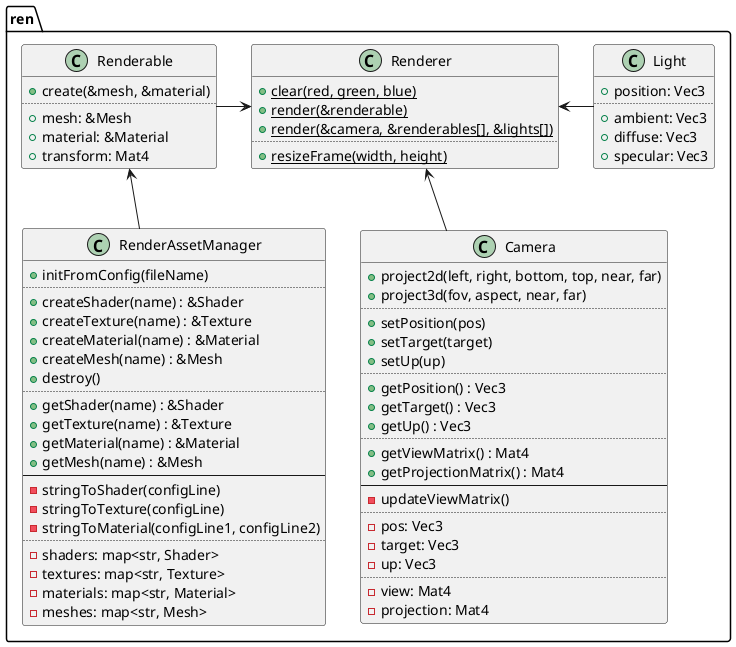
Earlier version of the PlantUML export design/renderer.png (ba6er/marblemaze).
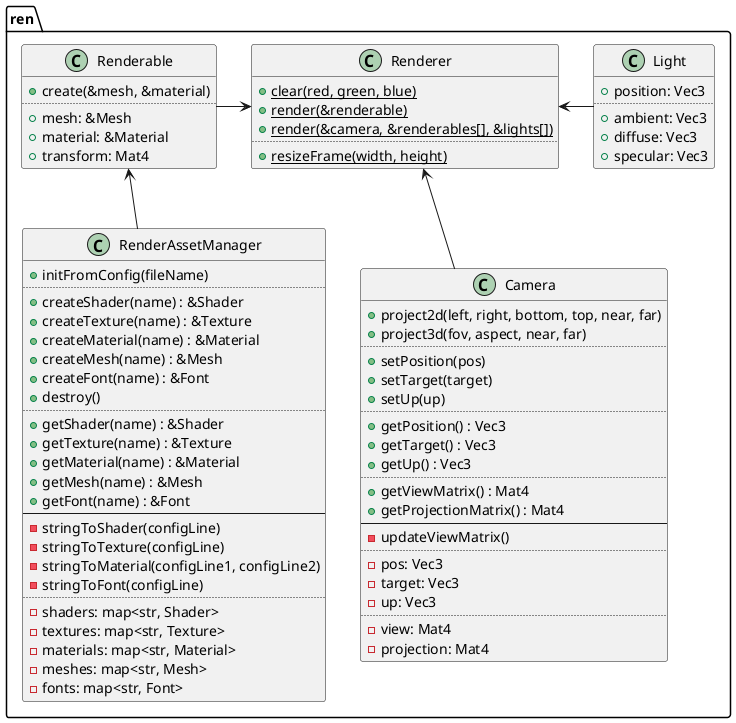
After the change.

Commit message:
Added ren::Font and ren::Glyph needed for text rendering

The edit, as a diff of the source:
```diff
@@ -8,21 +8,25 @@
 	+createTexture(name) : &Texture
 	+createMaterial(name) : &Material
 	+createMesh(name) : &Mesh
+	+createFont(name) : &Font
 	+destroy()
 	..
 	+getShader(name) : &Shader
 	+getTexture(name) : &Texture
 	+getMaterial(name) : &Material
 	+getMesh(name) : &Mesh
+	+getFont(name) : &Font
 	--
 	-stringToShader(configLine)
 	-stringToTexture(configLine)
 	-stringToMaterial(configLine1, configLine2)
+	-stringToFont(configLine)
 	..
 	-shaders: map<str, Shader>
 	-textures: map<str, Texture>
 	-materials: map<str, Material>
 	-meshes: map<str, Mesh>
+	-fonts: map<str, Font>
 }
 
 class ren::Renderable {
```
